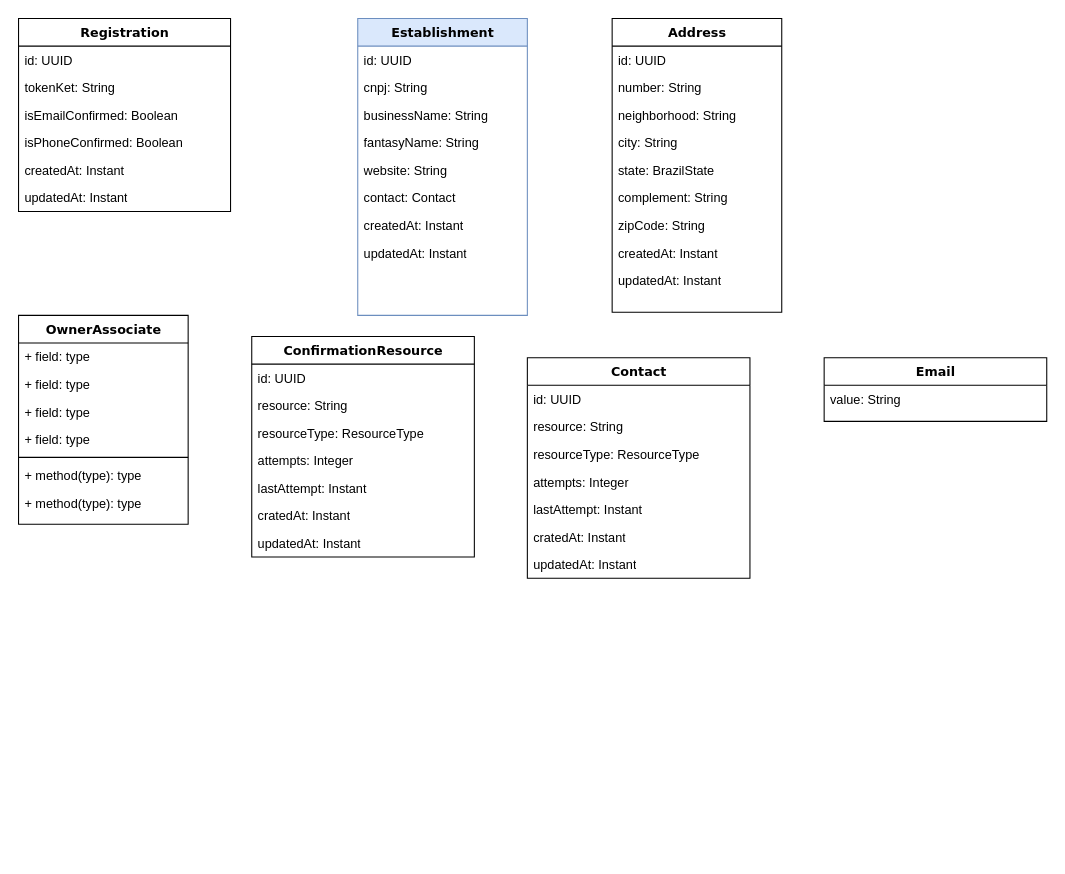
Before: app/src/main/java/com/vinicius/atmconsultoria/ui/clientes/Diagrama sem nome.drawio in Giacomellivinicius/ATMConsultoria-Mobile, a draw.io diagram. Source tidied: cells renumbered, new cells numbered last; positions are measured from the earlier drawing's top-left corner, leaving out a move shared by most shapes. Both pictures are drawn from the tidied source at 106%, with x=0, y=0 at pixel (18, 18).
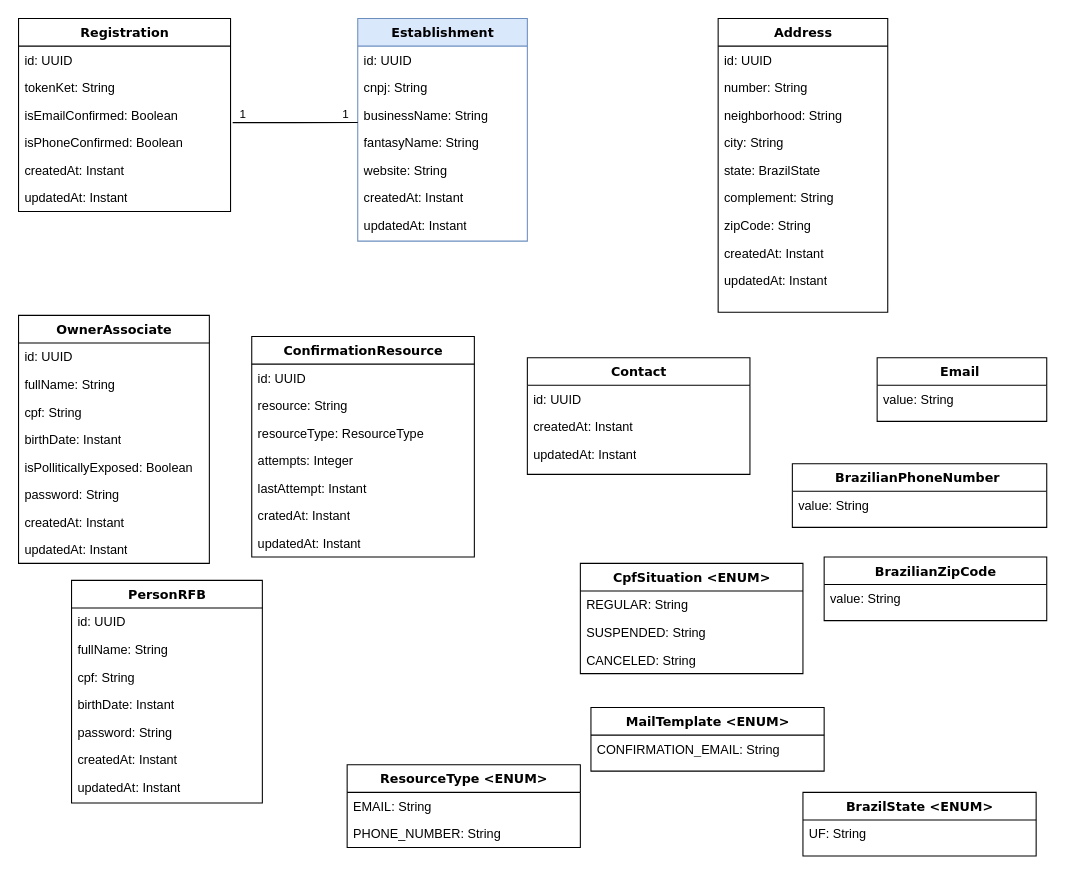
The same diagram, later.

The change refers to these unchanged cells:
```xml
<mxCell id="33" value="isEmailConfirmed: Boolean" style="text;html=1;strokeColor=none;fillColor=none;align=left;verticalAlign=top;spacingLeft=4;spacingRight=4;whiteSpace=wrap;overflow=hidden;points=[[0,0.5],[1,0.5]];portConstraint=eastwest;" parent="30" vertex="1">
  <mxGeometry y="78" width="200" height="26" as="geometry" />
</mxCell>
```

The edit, as a diff of the source:
```diff
@@
     <mxCell id="2" value="Establishment" style="swimlane;html=1;fontStyle=1;align=center;verticalAlign=top;horizontal=1;startSize=26;swimlaneFillColor=#ffffff;rounded=0;shadow=0;comic=0;labelBackgroundColor=none;strokeWidth=1;fillColor=#dae8fc;fontFamily=Verdana;fontSize=12;strokeColor=#6c8ebf;" parent="1" vertex="1">
-      <mxGeometry x="320" width="160" height="280" as="geometry" />
+      <mxGeometry x="320" width="160" height="210" as="geometry" />
     </mxCell>
@@
-    <mxCell id="8" value="contact: Contact" style="text;html=1;strokeColor=none;fillColor=none;align=left;verticalAlign=top;spacingLeft=4;spacingRight=4;whiteSpace=wrap;overflow=hidden;points=[[0,0.5],[1,0.5]];portConstraint=eastwest;" parent="2" vertex="1">
-      <mxGeometry y="156" width="160" height="26" as="geometry" />
-    </mxCell>
     <mxCell id="9" value="createdAt: Instant" style="text;html=1;strokeColor=none;fillColor=none;align=left;verticalAlign=top;spacingLeft=4;spacingRight=4;whiteSpace=wrap;overflow=hidden;" parent="2" vertex="1">
-      <mxGeometry y="182" width="160" height="26" as="geometry" />
+      <mxGeometry y="156" width="160" height="26" as="geometry" />
     </mxCell>
     <mxCell id="10" value="updatedAt: Instant" style="text;html=1;strokeColor=none;fillColor=none;align=left;verticalAlign=top;spacingLeft=4;spacingRight=4;whiteSpace=wrap;overflow=hidden;" parent="2" vertex="1">
-      <mxGeometry y="208" width="160" height="26" as="geometry" />
+      <mxGeometry y="182" width="160" height="26" as="geometry" />
     </mxCell>
-    <mxCell id="11" style="edgeStyle=orthogonalEdgeStyle;rounded=0;orthogonalLoop=1;jettySize=auto;html=1;exitX=1;exitY=0.5;exitDx=0;exitDy=0;" parent="2" edge="1" source="8" target="8">
-      <mxGeometry relative="1" as="geometry" />
+    <mxCell id="11" style="edgeStyle=orthogonalEdgeStyle;rounded=0;orthogonalLoop=1;jettySize=auto;html=1;exitX=1;exitY=0.5;exitDx=0;exitDy=0;" parent="2" edge="1">
+      <mxGeometry relative="1" as="geometry">
+        <mxPoint x="160" y="169" as="sourcePoint" />
+        <mxPoint x="160" y="169" as="targetPoint" />
+      </mxGeometry>
     </mxCell>
     <mxCell id="12" value="Address" style="swimlane;html=1;fontStyle=1;align=center;verticalAlign=top;horizontal=1;startSize=26;swimlaneFillColor=#ffffff;rounded=0;shadow=0;comic=0;labelBackgroundColor=none;strokeWidth=1;fillColor=none;fontFamily=Verdana;fontSize=12;" parent="1" vertex="1">
-      <mxGeometry x="560" width="160" height="277" as="geometry" />
+      <mxGeometry x="660" width="160" height="277" as="geometry" />
     </mxCell>
@@
     <mxCell id="22" value="OwnerAssociate" style="swimlane;html=1;fontStyle=1;align=center;verticalAlign=top;horizontal=1;startSize=26;swimlaneFillColor=#ffffff;rounded=0;shadow=0;comic=0;labelBackgroundColor=none;strokeWidth=1;fillColor=none;fontFamily=Verdana;fontSize=12;" parent="1" vertex="1">
-      <mxGeometry y="280" width="160" height="197" as="geometry" />
+      <mxGeometry y="280" width="180" height="234" as="geometry" />
     </mxCell>
-    <mxCell id="23" value="+ field: type" style="text;html=1;strokeColor=none;fillColor=none;align=left;verticalAlign=top;spacingLeft=4;spacingRight=4;whiteSpace=wrap;overflow=hidden;" parent="22" vertex="1">
-      <mxGeometry y="26" width="160" height="26" as="geometry" />
+    <mxCell id="23" value="id: UUID" style="text;html=1;strokeColor=none;fillColor=none;align=left;verticalAlign=top;spacingLeft=4;spacingRight=4;whiteSpace=wrap;overflow=hidden;" parent="22" vertex="1">
+      <mxGeometry y="26" width="180" height="26" as="geometry" />
     </mxCell>
-    <mxCell id="24" value="+ field: type" style="text;html=1;strokeColor=none;fillColor=none;align=left;verticalAlign=top;spacingLeft=4;spacingRight=4;whiteSpace=wrap;overflow=hidden;" parent="22" vertex="1">
-      <mxGeometry y="52" width="160" height="26" as="geometry" />
+    <mxCell id="24" value="fullName: String" style="text;html=1;strokeColor=none;fillColor=none;align=left;verticalAlign=top;spacingLeft=4;spacingRight=4;whiteSpace=wrap;overflow=hidden;" parent="22" vertex="1">
+      <mxGeometry y="52" width="180" height="26" as="geometry" />
     </mxCell>
-    <mxCell id="25" value="+ field: type" style="text;html=1;strokeColor=none;fillColor=none;align=left;verticalAlign=top;spacingLeft=4;spacingRight=4;whiteSpace=wrap;overflow=hidden;" parent="22" vertex="1">
-      <mxGeometry y="78" width="160" height="26" as="geometry" />
+    <mxCell id="25" value="cpf: String" style="text;html=1;strokeColor=none;fillColor=none;align=left;verticalAlign=top;spacingLeft=4;spacingRight=4;whiteSpace=wrap;overflow=hidden;" parent="22" vertex="1">
+      <mxGeometry y="78" width="180" height="26" as="geometry" />
     </mxCell>
-    <mxCell id="26" value="+ field: type" style="text;html=1;strokeColor=none;fillColor=none;align=left;verticalAlign=top;spacingLeft=4;spacingRight=4;whiteSpace=wrap;overflow=hidden;" parent="22" vertex="1">
-      <mxGeometry y="104" width="160" height="26" as="geometry" />
+    <mxCell id="26" value="birthDate: Instant" style="text;html=1;strokeColor=none;fillColor=none;align=left;verticalAlign=top;spacingLeft=4;spacingRight=4;whiteSpace=wrap;overflow=hidden;" parent="22" vertex="1">
+      <mxGeometry y="104" width="180" height="26" as="geometry" />
     </mxCell>
-    <mxCell id="27" style="line;html=1;strokeWidth=1;fillColor=none;align=left;verticalAlign=middle;spacingTop=-1;spacingLeft=3;spacingRight=3;labelPosition=right;" parent="22" vertex="1">
-      <mxGeometry y="130" width="160" height="8" as="geometry" />
-    </mxCell>
-    <mxCell id="28" value="+ method(type): type" style="text;html=1;strokeColor=none;fillColor=none;align=left;verticalAlign=top;spacingLeft=4;spacingRight=4;whiteSpace=wrap;overflow=hidden;" parent="22" vertex="1">
-      <mxGeometry y="138" width="160" height="26" as="geometry" />
+    <mxCell id="28" value="isPolliticallyExposed: Boolean" style="text;html=1;strokeColor=none;fillColor=none;align=left;verticalAlign=top;spacingLeft=4;spacingRight=4;whiteSpace=wrap;overflow=hidden;" parent="22" vertex="1">
+      <mxGeometry y="130" width="180" height="26" as="geometry" />
     </mxCell>
-    <mxCell id="29" value="+ method(type): type" style="text;html=1;strokeColor=none;fillColor=none;align=left;verticalAlign=top;spacingLeft=4;spacingRight=4;whiteSpace=wrap;overflow=hidden;" parent="22" vertex="1">
-      <mxGeometry y="164" width="160" height="26" as="geometry" />
+    <mxCell id="29" value="password: String" style="text;html=1;strokeColor=none;fillColor=none;align=left;verticalAlign=top;spacingLeft=4;spacingRight=4;whiteSpace=wrap;overflow=hidden;" parent="22" vertex="1">
+      <mxGeometry y="156" width="180" height="26" as="geometry" />
     </mxCell>
+    <mxCell id="55" value="createdAt: Instant" style="text;html=1;strokeColor=none;fillColor=none;align=left;verticalAlign=top;spacingLeft=4;spacingRight=4;whiteSpace=wrap;overflow=hidden;" parent="22" vertex="1">
+      <mxGeometry y="182" width="180" height="26" as="geometry" />
+    </mxCell>
+    <mxCell id="56" value="updatedAt: Instant" style="text;html=1;strokeColor=none;fillColor=none;align=left;verticalAlign=top;spacingLeft=4;spacingRight=4;whiteSpace=wrap;overflow=hidden;" parent="22" vertex="1">
+      <mxGeometry y="208" width="180" height="26" as="geometry" />
+    </mxCell>
@@
     <mxCell id="45" value="Contact" style="swimlane;html=1;fontStyle=1;align=center;verticalAlign=top;horizontal=1;startSize=26;swimlaneFillColor=#ffffff;rounded=0;shadow=0;comic=0;labelBackgroundColor=none;strokeWidth=1;fillColor=none;fontFamily=Verdana;fontSize=12;" parent="1" vertex="1">
-      <mxGeometry x="480" y="320" width="210" height="208" as="geometry" />
+      <mxGeometry x="480" y="320" width="210" height="110" as="geometry" />
     </mxCell>
@@
-    <mxCell id="47" value="resource: String" style="text;html=1;strokeColor=none;fillColor=none;align=left;verticalAlign=top;spacingLeft=4;spacingRight=4;whiteSpace=wrap;overflow=hidden;" parent="45" vertex="1">
+    <mxCell id="47" value="createdAt: Instant" style="text;html=1;strokeColor=none;fillColor=none;align=left;verticalAlign=top;spacingLeft=4;spacingRight=4;whiteSpace=wrap;overflow=hidden;" parent="45" vertex="1">
       <mxGeometry y="52" width="210" height="26" as="geometry" />
     </mxCell>
-    <mxCell id="48" value="resourceType: ResourceType" style="text;html=1;strokeColor=none;fillColor=none;align=left;verticalAlign=top;spacingLeft=4;spacingRight=4;whiteSpace=wrap;overflow=hidden;" parent="45" vertex="1">
+    <mxCell id="48" value="updatedAt: Instant" style="text;html=1;strokeColor=none;fillColor=none;align=left;verticalAlign=top;spacingLeft=4;spacingRight=4;whiteSpace=wrap;overflow=hidden;" parent="45" vertex="1">
       <mxGeometry y="78" width="210" height="26" as="geometry" />
     </mxCell>
-    <mxCell id="49" value="attempts: Integer" style="text;html=1;strokeColor=none;fillColor=none;align=left;verticalAlign=top;spacingLeft=4;spacingRight=4;whiteSpace=wrap;overflow=hidden;" parent="45" vertex="1">
-      <mxGeometry y="104" width="210" height="26" as="geometry" />
-    </mxCell>
-    <mxCell id="50" value="lastAttempt: Instant" style="text;html=1;strokeColor=none;fillColor=none;align=left;verticalAlign=top;spacingLeft=4;spacingRight=4;whiteSpace=wrap;overflow=hidden;" parent="45" vertex="1">
-      <mxGeometry y="130" width="210" height="26" as="geometry" />
-    </mxCell>
-    <mxCell id="51" value="cratedAt: Instant" style="text;html=1;strokeColor=none;fillColor=none;align=left;verticalAlign=top;spacingLeft=4;spacingRight=4;whiteSpace=wrap;overflow=hidden;" parent="45" vertex="1">
-      <mxGeometry y="156" width="210" height="26" as="geometry" />
-    </mxCell>
-    <mxCell id="52" value="updatedAt: Instant" style="text;html=1;strokeColor=none;fillColor=none;align=left;verticalAlign=top;spacingLeft=4;spacingRight=4;whiteSpace=wrap;overflow=hidden;" parent="45" vertex="1">
-      <mxGeometry y="182" width="210" height="26" as="geometry" />
-    </mxCell>
-    <mxCell id="53" value="Email" style="swimlane;html=1;fontStyle=1;align=center;verticalAlign=top;horizontal=1;startSize=26;swimlaneFillColor=#ffffff;rounded=0;shadow=0;comic=0;labelBackgroundColor=none;strokeWidth=1;fillColor=none;fontFamily=Verdana;fontSize=12;" parent="1" vertex="1">
-      <mxGeometry x="760" y="320" width="210" height="60" as="geometry" />
+    <mxCell id="53" value="Email&amp;nbsp;" style="swimlane;html=1;fontStyle=1;align=center;verticalAlign=top;horizontal=1;startSize=26;swimlaneFillColor=#ffffff;rounded=0;shadow=0;comic=0;labelBackgroundColor=none;strokeWidth=1;fillColor=none;fontFamily=Verdana;fontSize=12;" parent="1" vertex="1">
+      <mxGeometry x="810" y="320" width="160" height="60" as="geometry" />
     </mxCell>
     <mxCell id="54" value="value: String" style="text;html=1;strokeColor=none;fillColor=none;align=left;verticalAlign=top;spacingLeft=4;spacingRight=4;whiteSpace=wrap;overflow=hidden;" parent="53" vertex="1">
-      <mxGeometry y="26" width="210" height="26" as="geometry" />
+      <mxGeometry y="26" width="160" height="26" as="geometry" />
     </mxCell>
+    <mxCell id="57" value="BrazilianPhoneNumber&amp;nbsp;" style="swimlane;html=1;fontStyle=1;align=center;verticalAlign=top;horizontal=1;startSize=26;swimlaneFillColor=#ffffff;rounded=0;shadow=0;comic=0;labelBackgroundColor=none;strokeWidth=1;fillColor=none;fontFamily=Verdana;fontSize=12;" parent="1" vertex="1">
+      <mxGeometry x="730" y="420" width="240" height="60" as="geometry" />
+    </mxCell>
+    <mxCell id="58" value="value: String" style="text;html=1;strokeColor=none;fillColor=none;align=left;verticalAlign=top;spacingLeft=4;spacingRight=4;whiteSpace=wrap;overflow=hidden;" parent="57" vertex="1">
+      <mxGeometry y="26" width="240" height="26" as="geometry" />
+    </mxCell>
+    <mxCell id="59" value="BrazilianZipCode" style="swimlane;html=1;fontStyle=1;align=center;verticalAlign=top;horizontal=1;startSize=26;swimlaneFillColor=#ffffff;rounded=0;shadow=0;comic=0;labelBackgroundColor=none;strokeWidth=1;fillColor=none;fontFamily=Verdana;fontSize=12;" parent="1" vertex="1">
+      <mxGeometry x="760" y="508" width="210" height="60" as="geometry" />
+    </mxCell>
+    <mxCell id="60" value="value: String" style="text;html=1;strokeColor=none;fillColor=none;align=left;verticalAlign=top;spacingLeft=4;spacingRight=4;whiteSpace=wrap;overflow=hidden;" parent="59" vertex="1">
+      <mxGeometry y="26" width="210" height="26" as="geometry" />
+    </mxCell>
+    <mxCell id="61" value="PersonRFB" style="swimlane;html=1;fontStyle=1;align=center;verticalAlign=top;horizontal=1;startSize=26;swimlaneFillColor=#ffffff;rounded=0;shadow=0;comic=0;labelBackgroundColor=none;strokeWidth=1;fillColor=none;fontFamily=Verdana;fontSize=12;" parent="1" vertex="1">
+      <mxGeometry x="50" y="530" width="180" height="210" as="geometry" />
+    </mxCell>
+    <mxCell id="62" value="id: UUID" style="text;html=1;strokeColor=none;fillColor=none;align=left;verticalAlign=top;spacingLeft=4;spacingRight=4;whiteSpace=wrap;overflow=hidden;" parent="61" vertex="1">
+      <mxGeometry y="26" width="180" height="26" as="geometry" />
+    </mxCell>
+    <mxCell id="63" value="fullName: String" style="text;html=1;strokeColor=none;fillColor=none;align=left;verticalAlign=top;spacingLeft=4;spacingRight=4;whiteSpace=wrap;overflow=hidden;" parent="61" vertex="1">
+      <mxGeometry y="52" width="180" height="26" as="geometry" />
+    </mxCell>
+    <mxCell id="64" value="cpf: String" style="text;html=1;strokeColor=none;fillColor=none;align=left;verticalAlign=top;spacingLeft=4;spacingRight=4;whiteSpace=wrap;overflow=hidden;" parent="61" vertex="1">
+      <mxGeometry y="78" width="180" height="26" as="geometry" />
+    </mxCell>
+    <mxCell id="65" value="birthDate: Instant" style="text;html=1;strokeColor=none;fillColor=none;align=left;verticalAlign=top;spacingLeft=4;spacingRight=4;whiteSpace=wrap;overflow=hidden;" parent="61" vertex="1">
+      <mxGeometry y="104" width="180" height="26" as="geometry" />
+    </mxCell>
+    <mxCell id="66" value="password: String" style="text;html=1;strokeColor=none;fillColor=none;align=left;verticalAlign=top;spacingLeft=4;spacingRight=4;whiteSpace=wrap;overflow=hidden;" parent="61" vertex="1">
+      <mxGeometry y="130" width="180" height="26" as="geometry" />
+    </mxCell>
+    <mxCell id="67" value="createdAt: Instant" style="text;html=1;strokeColor=none;fillColor=none;align=left;verticalAlign=top;spacingLeft=4;spacingRight=4;whiteSpace=wrap;overflow=hidden;" parent="61" vertex="1">
+      <mxGeometry y="156" width="180" height="26" as="geometry" />
+    </mxCell>
+    <mxCell id="68" value="updatedAt: Instant" style="text;html=1;strokeColor=none;fillColor=none;align=left;verticalAlign=top;spacingLeft=4;spacingRight=4;whiteSpace=wrap;overflow=hidden;" parent="61" vertex="1">
+      <mxGeometry y="182" width="180" height="26" as="geometry" />
+    </mxCell>
+    <mxCell id="69" value="CpfSituation &amp;lt;ENUM&amp;gt;" style="swimlane;html=1;fontStyle=1;align=center;verticalAlign=top;horizontal=1;startSize=26;swimlaneFillColor=#ffffff;rounded=0;shadow=0;comic=0;labelBackgroundColor=none;strokeWidth=1;fillColor=none;fontFamily=Verdana;fontSize=12;" parent="1" vertex="1">
+      <mxGeometry x="530" y="514" width="210" height="104" as="geometry" />
+    </mxCell>
+    <mxCell id="70" value="REGULAR: String" style="text;html=1;strokeColor=none;fillColor=none;align=left;verticalAlign=top;spacingLeft=4;spacingRight=4;whiteSpace=wrap;overflow=hidden;" parent="69" vertex="1">
+      <mxGeometry y="26" width="210" height="26" as="geometry" />
+    </mxCell>
+    <mxCell id="71" value="SUSPENDED: String" style="text;html=1;strokeColor=none;fillColor=none;align=left;verticalAlign=top;spacingLeft=4;spacingRight=4;whiteSpace=wrap;overflow=hidden;" parent="69" vertex="1">
+      <mxGeometry y="52" width="210" height="26" as="geometry" />
+    </mxCell>
+    <mxCell id="72" value="CANCELED: String" style="text;html=1;strokeColor=none;fillColor=none;align=left;verticalAlign=top;spacingLeft=4;spacingRight=4;whiteSpace=wrap;overflow=hidden;" parent="69" vertex="1">
+      <mxGeometry y="78" width="210" height="26" as="geometry" />
+    </mxCell>
+    <mxCell id="73" value="MailTemplate &amp;lt;ENUM&amp;gt;" style="swimlane;html=1;fontStyle=1;align=center;verticalAlign=top;horizontal=1;startSize=26;swimlaneFillColor=#ffffff;rounded=0;shadow=0;comic=0;labelBackgroundColor=none;strokeWidth=1;fillColor=none;fontFamily=Verdana;fontSize=12;" parent="1" vertex="1">
+      <mxGeometry x="540" y="650" width="220" height="60" as="geometry" />
+    </mxCell>
+    <mxCell id="74" value="CONFIRMATION_EMAIL: String" style="text;html=1;strokeColor=none;fillColor=none;align=left;verticalAlign=top;spacingLeft=4;spacingRight=4;whiteSpace=wrap;overflow=hidden;" parent="73" vertex="1">
+      <mxGeometry y="26" width="220" height="26" as="geometry" />
+    </mxCell>
+    <mxCell id="75" value="ResourceType &amp;lt;ENUM&amp;gt;" style="swimlane;html=1;fontStyle=1;align=center;verticalAlign=top;horizontal=1;startSize=26;swimlaneFillColor=#ffffff;rounded=0;shadow=0;comic=0;labelBackgroundColor=none;strokeWidth=1;fillColor=none;fontFamily=Verdana;fontSize=12;" parent="1" vertex="1">
+      <mxGeometry x="310" y="704" width="220" height="78" as="geometry" />
+    </mxCell>
+    <mxCell id="76" value="EMAIL: String" style="text;html=1;strokeColor=none;fillColor=none;align=left;verticalAlign=top;spacingLeft=4;spacingRight=4;whiteSpace=wrap;overflow=hidden;" parent="75" vertex="1">
+      <mxGeometry y="26" width="220" height="26" as="geometry" />
+    </mxCell>
+    <mxCell id="77" value="PHONE_NUMBER: String" style="text;html=1;strokeColor=none;fillColor=none;align=left;verticalAlign=top;spacingLeft=4;spacingRight=4;whiteSpace=wrap;overflow=hidden;" parent="75" vertex="1">
+      <mxGeometry y="52" width="220" height="26" as="geometry" />
+    </mxCell>
+    <mxCell id="78" value="BrazilState &amp;lt;ENUM&amp;gt;" style="swimlane;html=1;fontStyle=1;align=center;verticalAlign=top;horizontal=1;startSize=26;swimlaneFillColor=#ffffff;rounded=0;shadow=0;comic=0;labelBackgroundColor=none;strokeWidth=1;fillColor=none;fontFamily=Verdana;fontSize=12;" parent="1" vertex="1">
+      <mxGeometry x="740" y="730" width="220" height="60" as="geometry" />
+    </mxCell>
+    <mxCell id="79" value="UF: String" style="text;html=1;strokeColor=none;fillColor=none;align=left;verticalAlign=top;spacingLeft=4;spacingRight=4;whiteSpace=wrap;overflow=hidden;" parent="78" vertex="1">
+      <mxGeometry y="26" width="220" height="26" as="geometry" />
+    </mxCell>
+    <mxCell id="80" style="endArrow=none;html=1;edgeStyle=orthogonalEdgeStyle;rounded=0;exitX=1.01;exitY=0.777;exitDx=0;exitDy=0;exitPerimeter=0;" parent="1" edge="1" source="33">
+      <mxGeometry relative="1" as="geometry">
+        <mxPoint x="320" y="98" as="targetPoint" />
+      </mxGeometry>
+    </mxCell>
+    <mxCell id="81" value="1" style="edgeLabel;html=1;align=left;verticalAlign=bottom;" parent="80" vertex="1">
+      <mxGeometry x="-1" relative="1" as="geometry">
+        <mxPoint x="5" as="offset" />
+      </mxGeometry>
+    </mxCell>
+    <mxCell id="82" value="1" style="edgeLabel;html=1;align=right;verticalAlign=bottom;" parent="80" vertex="1">
+      <mxGeometry x="1" relative="1" as="geometry">
+        <mxPoint x="-8" as="offset" />
+      </mxGeometry>
+    </mxCell>
```
